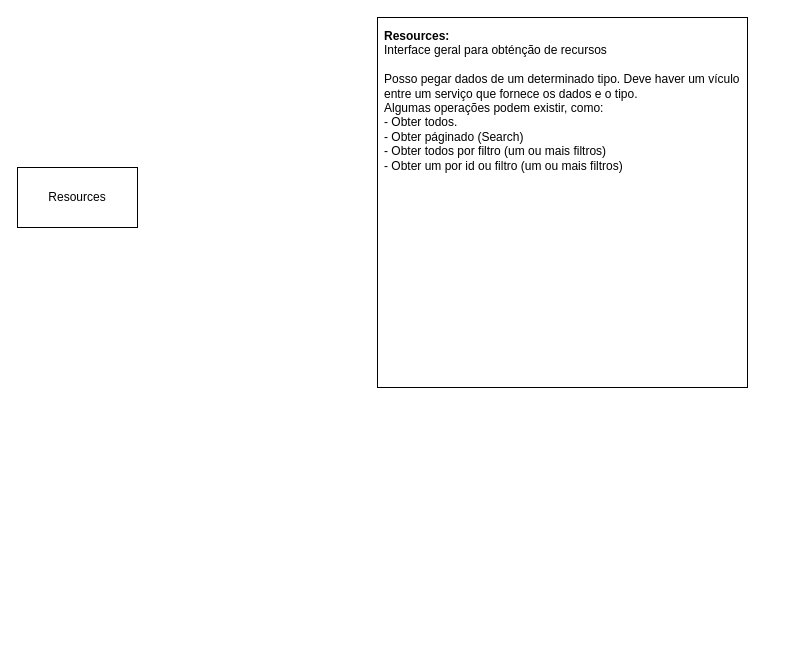
Above: diagrams/design-resources.drawio in Royal-Code/Yasamen (draw.io), before the change. Source tidied: cells renumbered, new cells numbered last; positions are measured from the earlier drawing's top-left corner, leaving out a move shared by most shapes. Both pictures are drawn from the tidied source at 100%, with x=0, y=0 at pixel (17, 17).
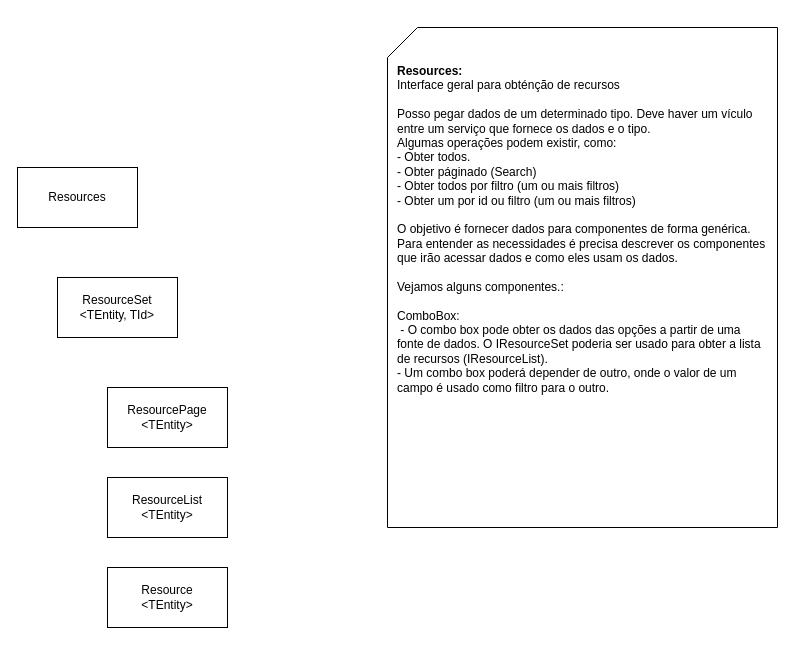
The same diagram, later.

The edit, as a diff of the source:
```diff
@@
 <mxGraphModel>
   <root>
     <mxCell id="0" />
     <mxCell id="1" parent="0" />
     <mxCell id="2" value="Resources" style="rounded=0;whiteSpace=wrap;html=1;" parent="1" vertex="1">
       <mxGeometry y="150" width="120" height="60" as="geometry" />
     </mxCell>
-    <mxCell id="3" value="&lt;b&gt;Resources:&lt;/b&gt;&lt;br&gt;&lt;span style=&quot;background-color: initial;&quot;&gt;Interface geral para obténção de recursos&lt;br&gt;&lt;/span&gt;&lt;br&gt;Posso pegar dados de um determinado tipo. Deve haver um vículo entre um serviço que fornece os dados e o tipo.&lt;br&gt;Algumas operações podem existir, como:&lt;br&gt;- Obter todos.&lt;br&gt;- Obter páginado (Search)&lt;br&gt;- Obter todos por filtro (um ou mais filtros)&lt;br&gt;- Obter um por id ou filtro (um ou mais filtros)&lt;br&gt;&lt;br&gt;&lt;div style=&quot;text-align: justify;&quot;&gt;&lt;/div&gt;" style="whiteSpace=wrap;html=1;align=left;verticalAlign=top;spacingLeft=5;spacingRight=5;spacingBottom=5;spacingTop=5;" parent="1" vertex="1">
-      <mxGeometry x="360" width="370" height="370" as="geometry" />
-    </mxCell>
+    <mxCell id="4" value="ResourceSet&lt;br&gt;&amp;lt;TEntity, TId&amp;gt;" style="rounded=0;whiteSpace=wrap;html=1;" parent="1" vertex="1">
+      <mxGeometry x="40" y="260" width="120" height="60" as="geometry" />
+    </mxCell>
+    <mxCell id="5" value="ResourcePage&lt;br&gt;&amp;lt;TEntity&amp;gt;" style="rounded=0;whiteSpace=wrap;html=1;" parent="1" vertex="1">
+      <mxGeometry x="90" y="370" width="120" height="60" as="geometry" />
+    </mxCell>
+    <mxCell id="6" value="ResourceList&lt;br&gt;&amp;lt;TEntity&amp;gt;" style="rounded=0;whiteSpace=wrap;html=1;" parent="1" vertex="1">
+      <mxGeometry x="90" y="460" width="120" height="60" as="geometry" />
+    </mxCell>
+    <mxCell id="7" value="Resource&lt;br&gt;&amp;lt;TEntity&amp;gt;" style="rounded=0;whiteSpace=wrap;html=1;" parent="1" vertex="1">
+      <mxGeometry x="90" y="550" width="120" height="60" as="geometry" />
+    </mxCell>
+    <mxCell id="8" value="&lt;b style=&quot;border-color: var(--border-color); font-size: 12px;&quot;&gt;Resources:&lt;/b&gt;&lt;br style=&quot;border-color: var(--border-color); font-size: 12px;&quot;&gt;Interface geral para obténção de recursos&lt;br style=&quot;border-color: var(--border-color); font-size: 12px;&quot;&gt;&lt;br style=&quot;border-color: var(--border-color); font-size: 12px;&quot;&gt;&lt;span style=&quot;font-size: 12px;&quot;&gt;Posso pegar dados de um determinado tipo. Deve haver um vículo entre um serviço que fornece os dados e o tipo.&lt;/span&gt;&lt;br style=&quot;border-color: var(--border-color); font-size: 12px;&quot;&gt;&lt;span style=&quot;font-size: 12px;&quot;&gt;Algumas operações podem existir, como:&lt;/span&gt;&lt;br style=&quot;border-color: var(--border-color); font-size: 12px;&quot;&gt;&lt;span style=&quot;font-size: 12px;&quot;&gt;- Obter todos.&lt;/span&gt;&lt;br style=&quot;border-color: var(--border-color); font-size: 12px;&quot;&gt;&lt;span style=&quot;font-size: 12px;&quot;&gt;- Obter páginado (Search)&lt;/span&gt;&lt;br style=&quot;border-color: var(--border-color); font-size: 12px;&quot;&gt;&lt;span style=&quot;font-size: 12px;&quot;&gt;- Obter todos por filtro (um ou mais filtros)&lt;/span&gt;&lt;br style=&quot;border-color: var(--border-color); font-size: 12px;&quot;&gt;&lt;span style=&quot;font-size: 12px;&quot;&gt;- Obter um por id ou filtro (um ou mais filtros)&lt;/span&gt;&lt;br style=&quot;border-color: var(--border-color); font-size: 12px;&quot;&gt;&lt;br style=&quot;border-color: var(--border-color); font-size: 12px;&quot;&gt;&lt;span style=&quot;font-size: 12px;&quot;&gt;O objetivo é fornecer dados para componentes de forma genérica.&lt;/span&gt;&lt;br style=&quot;border-color: var(--border-color); font-size: 12px;&quot;&gt;&lt;span style=&quot;font-size: 12px;&quot;&gt;Para entender as necessidades é precisa descrever os componentes que irão acessar dados e como eles usam os dados.&lt;/span&gt;&lt;br style=&quot;border-color: var(--border-color); font-size: 12px;&quot;&gt;&lt;br style=&quot;border-color: var(--border-color); font-size: 12px;&quot;&gt;&lt;span style=&quot;font-size: 12px;&quot;&gt;Vejamos alguns componentes.:&lt;br&gt;&lt;br&gt;ComboBox:&lt;br&gt;&amp;nbsp;- O combo box pode obter os dados das opções a partir de uma fonte de dados. O IResourceSet poderia ser usado para obter a lista de recursos (IResourceList).&lt;br&gt;- Um combo box poderá depender de outro, onde o valor de um campo é usado como filtro para o outro.&lt;br&gt;&lt;/span&gt;" style="shape=card;whiteSpace=wrap;html=1;align=left;verticalAlign=top;fontSize=12;spacingTop=30;spacing=2;spacingLeft=8;spacingBottom=12;spacingRight=8;" parent="1" vertex="1">
+      <mxGeometry x="370" y="10" width="390" height="500" as="geometry" />
+    </mxCell>
   </root>
 </mxGraphModel>
```
